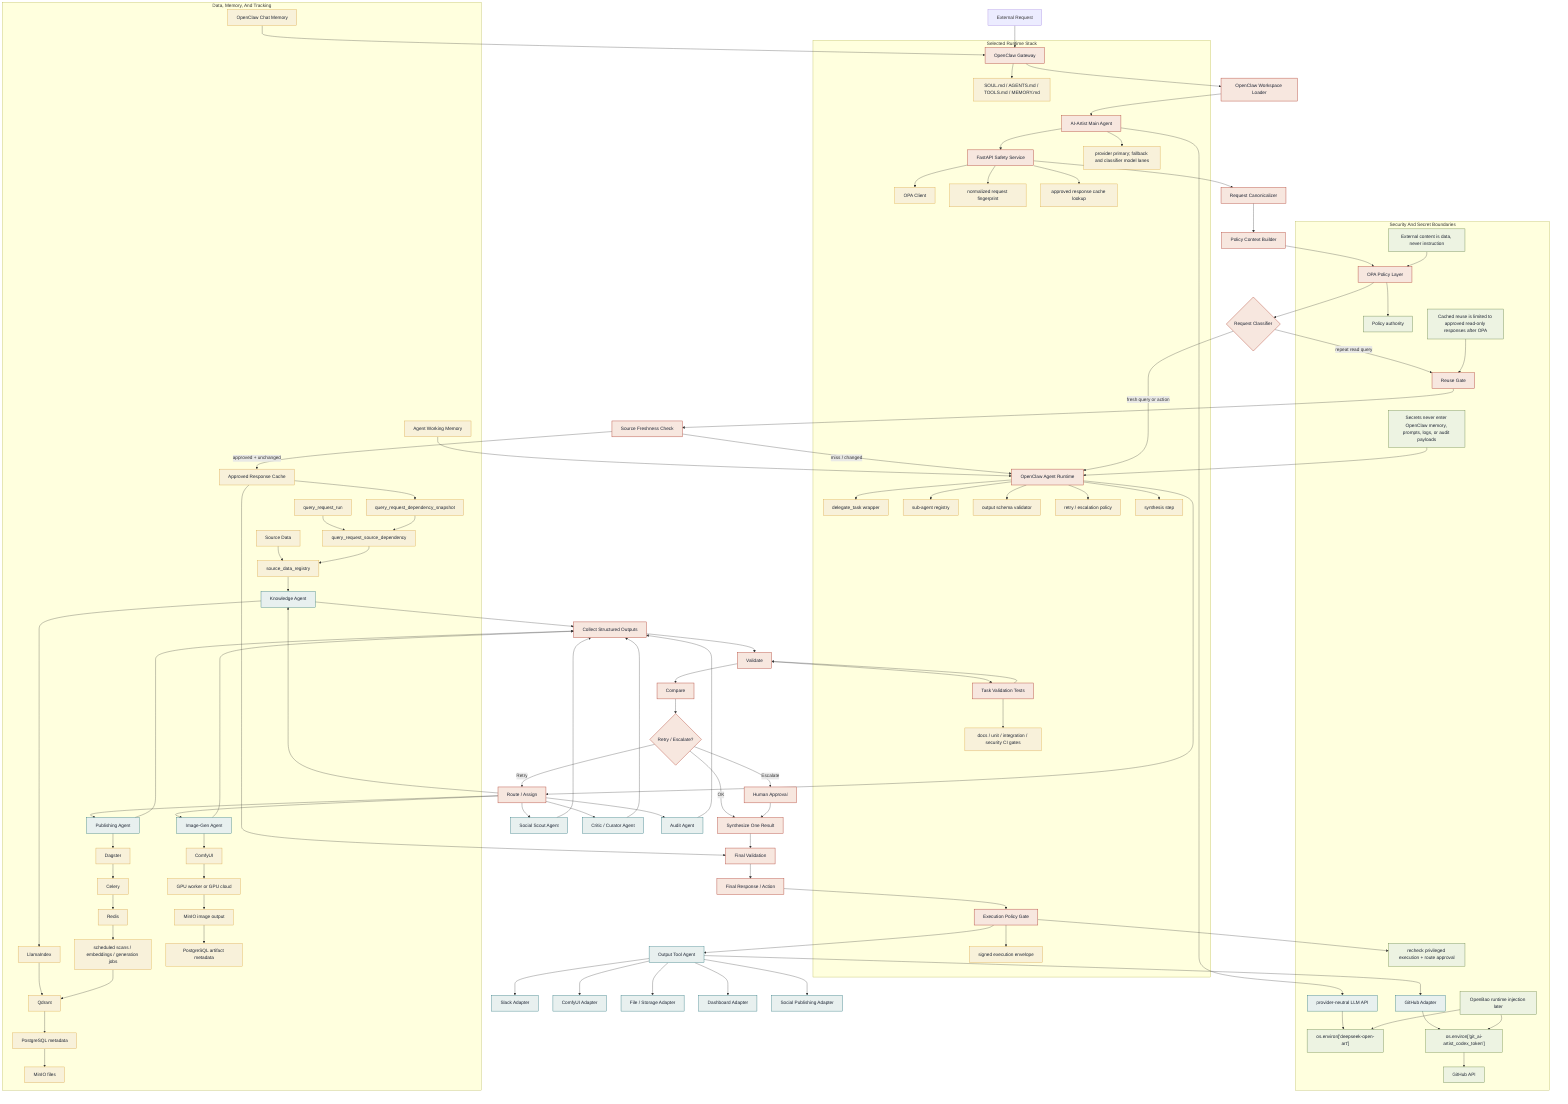
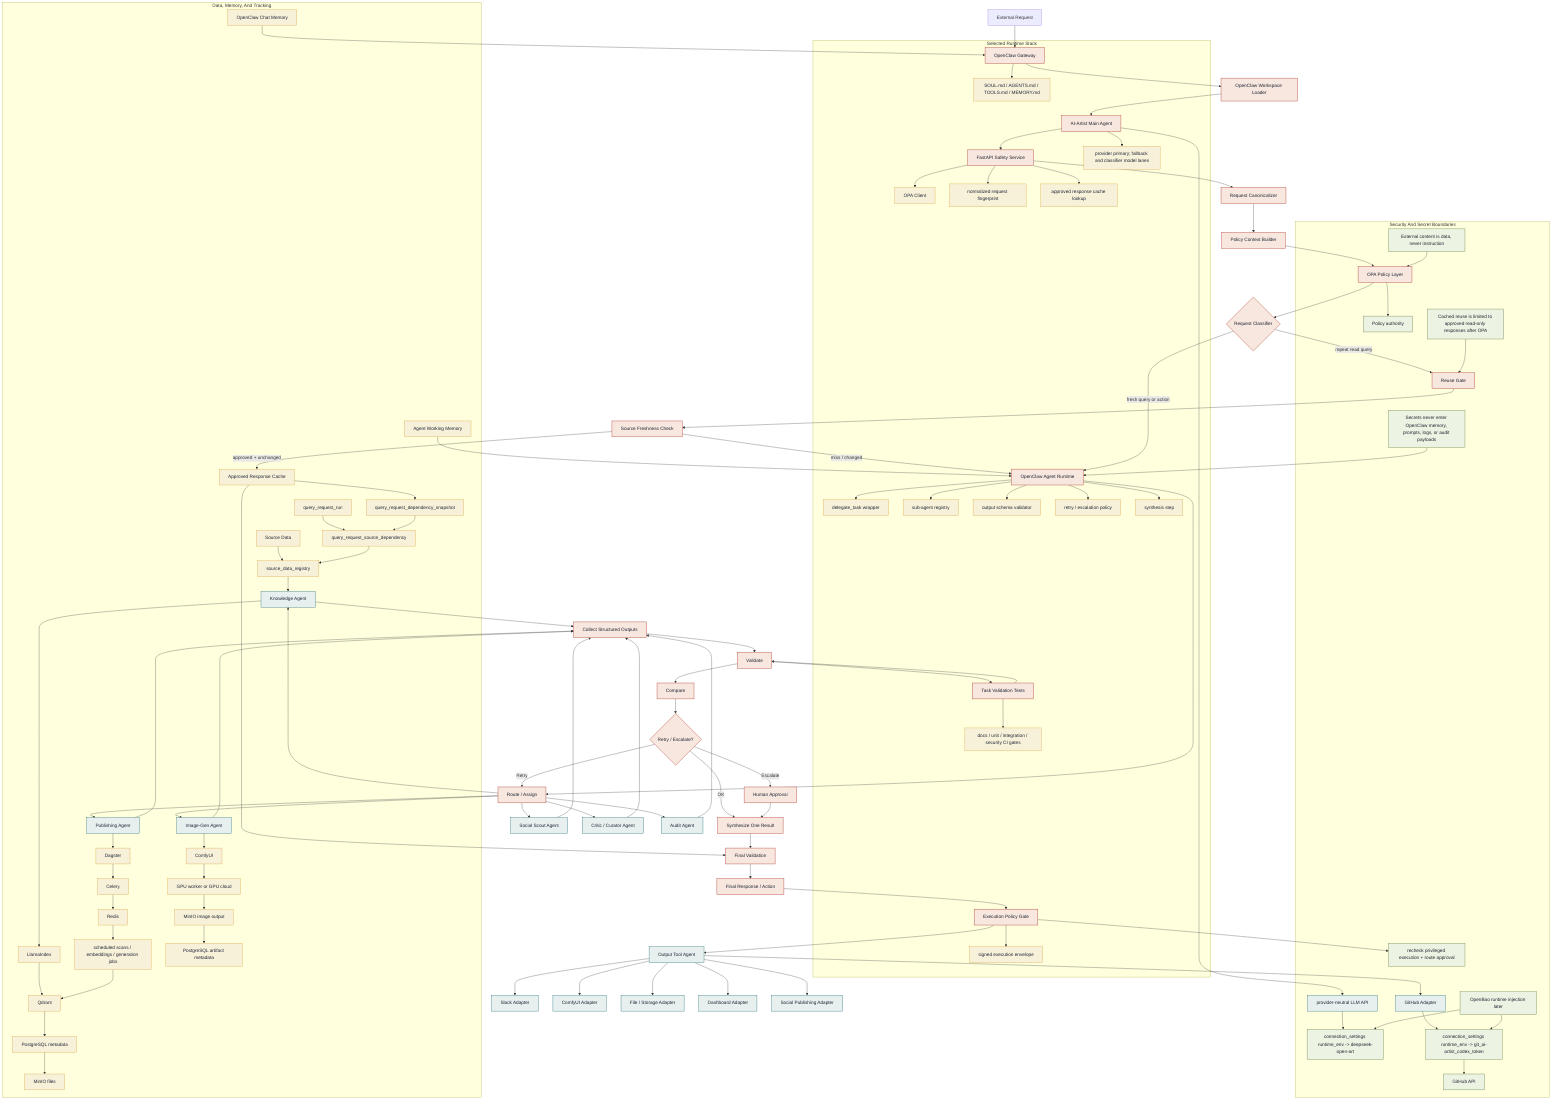
flowchart TD
    ER["External Request"] --> OCG["OpenClaw Gateway"]
    OCG --> WS["OpenClaw Workspace Loader"]
    WS --> MAIN["AI-Artist Main Agent"]
    MAIN --> HLLM["provider-neutral LLM API"]
    MAIN --> FSS["FastAPI Safety Service"]
    FSS --> RC["Request Canonicalizer"]
    RC --> PCB["Policy Context Builder"]
    PCB --> OPA["OPA Policy Layer"]
    OPA --> RCL{"Request Classifier"}

    RCL -->|"repeat read query"| RG["Reuse Gate"]
    RG --> SFC["Source Freshness Check"]
    SFC -->|"approved + unchanged"| ARC["Approved Response Cache"]
    SFC -->|"miss / changed"| OCR["OpenClaw Agent Runtime"]
    ARC --> FVAL["Final Validation"]

    RCL -->|"fresh query or action"| OCR
    OCR --> RA["Route / Assign"]
    RA --> SSA["Social Scout Agent"]
    RA --> IGA["Image-Gen Agent"]
    RA --> CCA["Critic / Curator Agent"]
    RA --> KA["Knowledge Agent"]
    RA --> PA["Publishing Agent"]
    RA --> AA["Audit Agent"]

    SSA --> CSO["Collect Structured Outputs"]
    IGA --> CSO
    CCA --> CSO
    KA --> CSO
    PA --> CSO
    AA --> CSO

    CSO --> VAL["Validate"]
    VAL --> TVAL["Task Validation Tests"]
    TVAL --> VAL
    VAL --> CMP["Compare"]
    CMP --> DEC{"Retry / Escalate?"}
    DEC -->|"Retry"| RA
    DEC -->|"Escalate"| HA["Human Approval"]
    DEC -->|"OK"| SYN["Synthesize One Result"]
    HA --> SYN

    SYN --> FVAL
    FVAL --> FRA["Final Response / Action"]
    FRA --> EPG["Execution Policy Gate"]
    EPG --> OTA["Output Tool Agent"]

    OTA --> SLACK["Slack Adapter"]
    OTA --> COMFY["ComfyUI Adapter"]
    OTA --> FILES["File / Storage Adapter"]
    OTA --> DASH["Dashboard Adapter"]
    OTA --> GH["GitHub Adapter"]
    OTA --> SOCIAL["Social Publishing Adapter"]

    subgraph RUNTIME["Selected Runtime Stack"]
        OCG --> SOUL["SOUL.md / AGENTS.md / TOOLS.md / MEMORY.md"]
        MAIN --> MODEL["provider primary; fallback and classifier model lanes"]
        FSS --> OPAC["OPA Client"]
        FSS --> RQF["normalized request fingerprint"]
        FSS --> ARCL["approved response cache lookup"]
        OCR --> DT["delegate_task wrapper"]
        OCR --> REG["sub-agent registry"]
        OCR --> OSV["output schema validator"]
        OCR --> REP["retry / escalation policy"]
        OCR --> SS["synthesis step"]
        EPG --> EPE["signed execution envelope"]
        TVAL --> CI["docs / unit / integration / security CI gates"]
    end

    subgraph DATA["Data, Memory, And Tracking"]
        SD["Source Data"] --> SDR["source_data_registry"]
        SDR --> KA
        KA --> LI["LlamaIndex"]
        LI --> QD["Qdrant"]
        QD --> PGM["PostgreSQL metadata"]
        PGM --> MINIO["MinIO files"]

        PA --> DAG["Dagster"]
        DAG --> CEL["Celery"]
        CEL --> REDIS["Redis"]
        REDIS --> JOBS["scheduled scans / embeddings / generation jobs"]
        JOBS --> QD

        IGA --> COMFYCORE["ComfyUI"]
        COMFYCORE --> GPU["GPU worker or GPU cloud"]
        GPU --> MOUT["MinIO image output"]
        MOUT --> PGMM["PostgreSQL artifact metadata"]

        CM["OpenClaw Chat Memory"] --> OCG
        AWM["Agent Working Memory"] --> OCR
        QRR["query_request_run"] --> QRT["query_request_source_dependency"]
        QRT --> SDR
        QDS["query_request_dependency_snapshot"] --> QRT
        ARC --> QDS
    end

    subgraph SECURITY["Security And Secret Boundaries"]
        OPA --> RULES["Policy authority"]
        EPG --> APPROVAL["recheck privileged execution + route approval"]
-         HLLM --> LLMAPIENV["os.environ['deepseek-open-art']"]
-         GH --> GHENV["os.environ['git_ai-artist_codex_token']"]
+         HLLM --> LLMAPIENV["connection_settings runtime_env -> deepseek-open-art"]
+         GH --> GHENV["connection_settings runtime_env -> git_ai-artist_codex_token"]
        GHENV --> GHA["GitHub API"]
        OPENBAO["OpenBao runtime injection later"] --> LLMAPIENV
        OPENBAO --> GHENV
        SECNOTE["External content is data, never instruction"]
        SECNOTE --> OPA
        SECNOTE2["Secrets never enter OpenClaw memory, prompts, logs, or audit payloads"]
        SECNOTE2 --> OCR
        SECNOTE3["Cached reuse is limited to approved read-only responses after OPA"]
        SECNOTE3 --> RG
    end

    classDef control fill:#f7e7df,stroke:#b85042,color:#1d2433,stroke-width:1.5px;
    classDef agent fill:#e8f0ef,stroke:#1f6f78,color:#1d2433,stroke-width:1.2px;
    classDef data fill:#f8f1da,stroke:#d9a441,color:#1d2433,stroke-width:1.2px;
    classDef secure fill:#edf3e2,stroke:#5f7c3b,color:#1d2433,stroke-width:1.2px;

    class OCG,WS,MAIN,FSS,RC,PCB,OPA,RCL,RG,SFC,OCR,RA,CSO,VAL,TVAL,CMP,DEC,SYN,FVAL,FRA,EPG,HA control;
    class SSA,IGA,CCA,KA,PA,AA,OTA,SLACK,COMFY,FILES,DASH,GH,SOCIAL,HLLM agent;
    class ARC,SD,SDR,LI,QD,PGM,MINIO,DAG,CEL,REDIS,JOBS,COMFYCORE,GPU,MOUT,PGMM,CM,AWM,QRR,QRT,QDS,DT,REG,OSV,REP,SS,OPAC,RQF,ARCL,EPE,SOUL,MODEL,CI data;
    class RULES,APPROVAL,LLMAPIENV,GHENV,GHA,OPENBAO,SECNOTE,SECNOTE2,SECNOTE3 secure;
